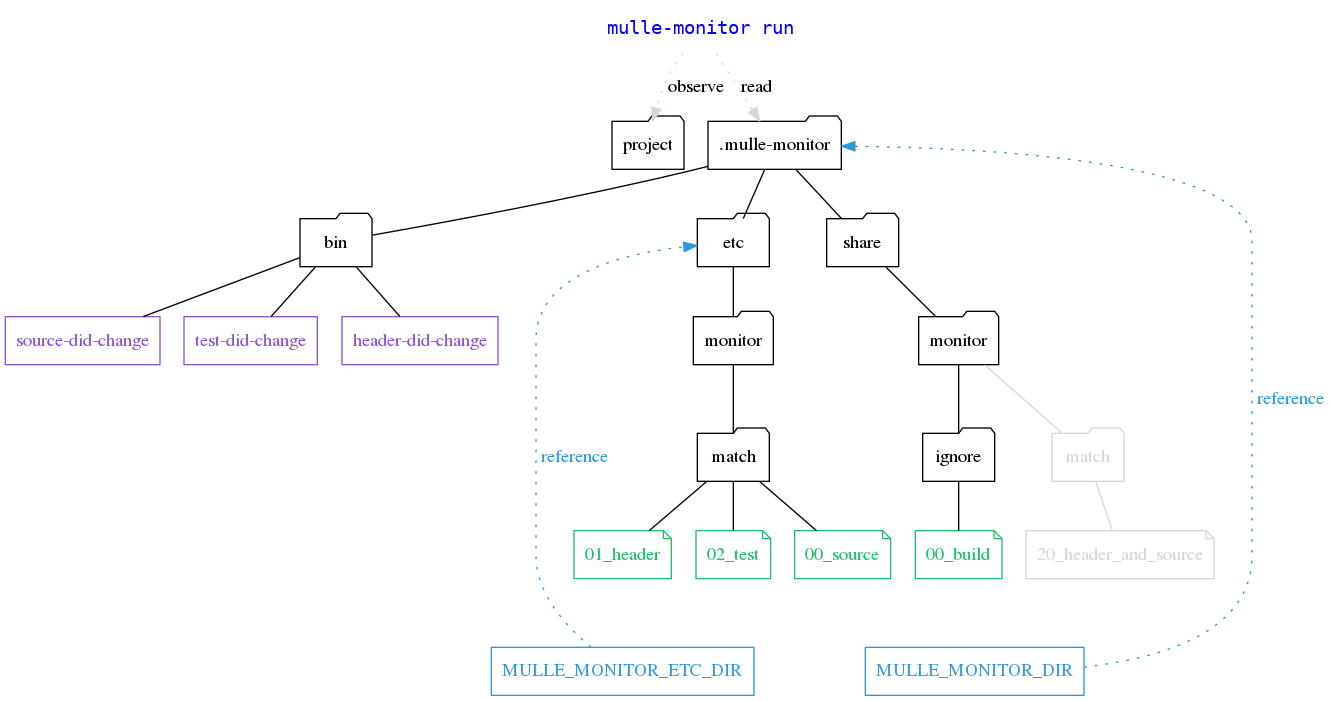
Before: dox/mulle-monitor-run.png, a diagram exported from Graphviz (mulle-sde/mulle-match). Its source is kept beside it as dox/mulle-monitor-run.dot. The source it was exported from:
```dot
digraph G {
    graph [rankdir = TD];

    "mulle-monitor run" [ shape="none", fontcolor="blue", fontname="monospace"]

    node[shape=folder];

    { rank = "same"; "mulle-monitor run" };
    { rank = "same"; "project", ".mulle-monitor"  };


    edge[ arrowhead="none" ];

    node[shape=record, color="#8854d0", fontcolor="#8854d0"];

    "h_did_update"    [ label="header-did-change"]
    "s_did_update"    [ label="source-did-change"]
    "t_did_update"    [ label="test-did-change"]


    node[shape=note, color="#20bf6b", fontcolor="#20bf6b"];

    { rank = "same"; "s_source", "s_header", "s_test" };

    "s_header"        [ label="01_header"]
    "s_source"        [ label="00_source"]
    "s_test"          [ label="02_test"]
    "s_build"         [ label="00_build"]

    "s_header2"        [ label="20_header_and_source", color="#d1d8e0", fontcolor="#d1d8e0"]

    node[shape=folder, color="black", fontcolor="black"];

    ".mulle-monitor"     -> "bin"
    ".mulle-monitor"     -> "etc"

    "bin"                -> "h_did_update"
    "bin"                -> "s_did_update"
    "bin"                -> "t_did_update"

    "etc"                -> "monitor"

    "monitor" -> "match"

    "match"   -> "s_header"
    "match"   -> "s_source"
    "match"   -> "s_test"

    ".mulle-monitor"     -> "share"
    "share"              -> "monitor2"


    node[ shape=note, color="#d1d8e0", fontcolor="#d1d8e0"];
    edge[ arrowhead="none", color="#d1d8e0" ];



    "s_header"        [ label="01_header"]
    "s_source"        [ label="00_source"]
    "s_test"          [ label="02_test"]
    "monitor2"        [ shape="folder", label="monitor", color="black", fontcolor="black" ]
    "match2"          [ shape="folder", label="match" ]
    "ignore2"         [ shape="folder", label="ignore", color="black", fontcolor="black" ]
    "monitor2" -> "ignore2" [ color="black" ]

    { rank = "same"; "s_source", "s_header", "s_test" };
    "monitor2" -> "match2"

    "match2"   -> "s_header2"

    "ignore2"  -> "s_build" [ color="black" ]

    "mulle-monitor run" -> "project"         [ arrowhead="", style="dotted", label="observe" ]
    "mulle-monitor run" -> ".mulle-monitor"  [ arrowhead="", style="dotted", label="read" ]

    node[ shape=record, color="#2d98da", fontcolor="#2d98da"];
    edge[ arrowhead="", color="#2d98da", fontcolor="#2d98da", style="dotted", label=" reference" ];

    { rank = "same"; "MULLE_MONITOR_ETC_DIR", "MULLE_MONITOR_DIR" };

    "s_source" -> "MULLE_MONITOR_DIR"    [ style="invis" ]
    "s_source" -> "MULLE_MONITOR_ETC_DIR" [ style="invis" ]


    "MULLE_MONITOR_DIR"       -> ".mulle-monitor"
    "MULLE_MONITOR_ETC_DIR"   -> "etc"
}
```
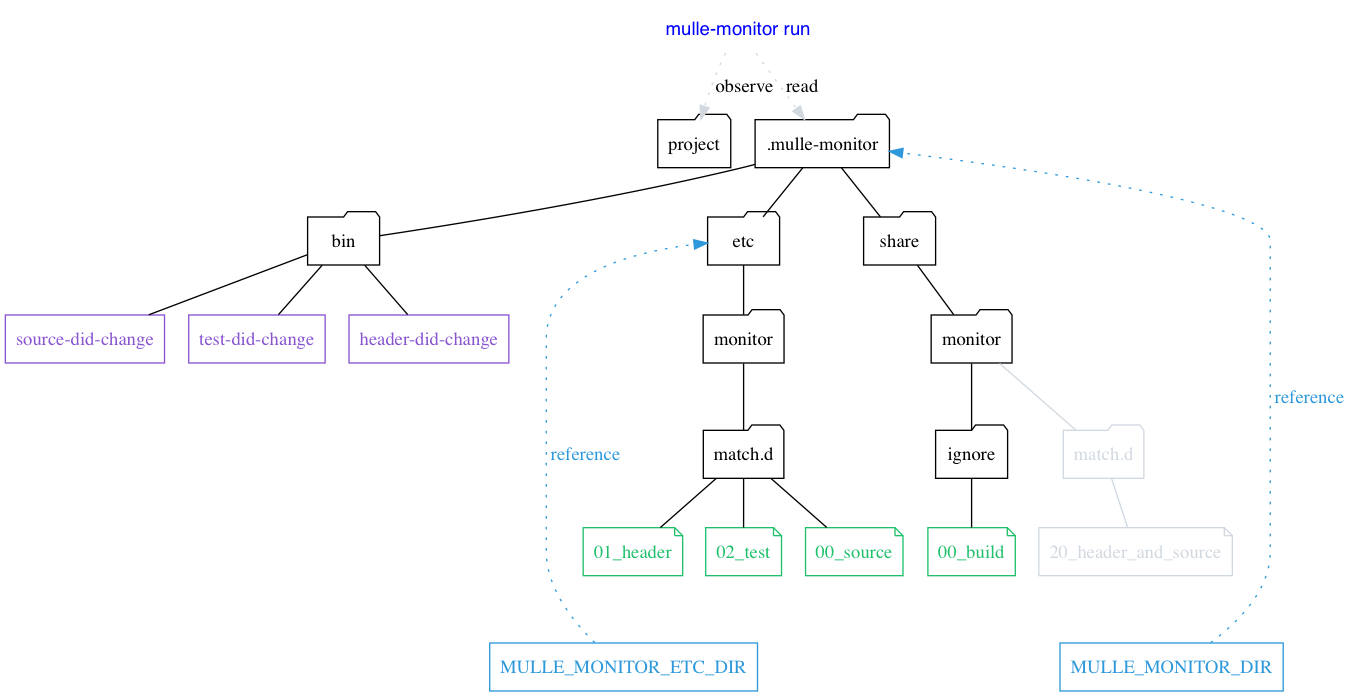
Later version of the same file.

What changed in the source:
```diff
@@ -39,12 +39,13 @@
     "bin"                -> "t_did_update"
 
     "etc"                -> "monitor"
+    "monitor"            [ label="mulle-monitor" ]
 
-    "monitor" -> "match"
+    "monitor"   -> "match.d"
 
-    "match"   -> "s_header"
-    "match"   -> "s_source"
-    "match"   -> "s_test"
+    "match.d"   -> "s_header"
+    "match.d"   -> "s_source"
+    "match.d"   -> "s_test"
 
     ".mulle-monitor"     -> "share"
     "share"              -> "monitor2"
@@ -58,9 +59,9 @@
     "s_header"        [ label="01_header"]
     "s_source"        [ label="00_source"]
     "s_test"          [ label="02_test"]
-    "monitor2"        [ shape="folder", label="monitor", color="black", fontcolor="black" ]
-    "match2"          [ shape="folder", label="match" ]
-    "ignore2"         [ shape="folder", label="ignore", color="black", fontcolor="black" ]
+    "monitor2"        [ shape="folder", label="mulle-monitor", color="black", fontcolor="black" ]
+    "match2"          [ shape="folder", label="match.d" ]
+    "ignore2"         [ shape="folder", label="ignore.d", color="black", fontcolor="black" ]
     "monitor2" -> "ignore2" [ color="black" ]
 
     { rank = "same"; "s_source", "s_header", "s_test" };
@@ -78,7 +79,7 @@
 
     { rank = "same"; "MULLE_MONITOR_ETC_DIR", "MULLE_MONITOR_DIR" };
 
-    "s_source" -> "MULLE_MONITOR_DIR"    [ style="invis" ]
+    "s_source" -> "MULLE_MONITOR_DIR"     [ style="invis" ]
     "s_source" -> "MULLE_MONITOR_ETC_DIR" [ style="invis" ]
 
 
```
